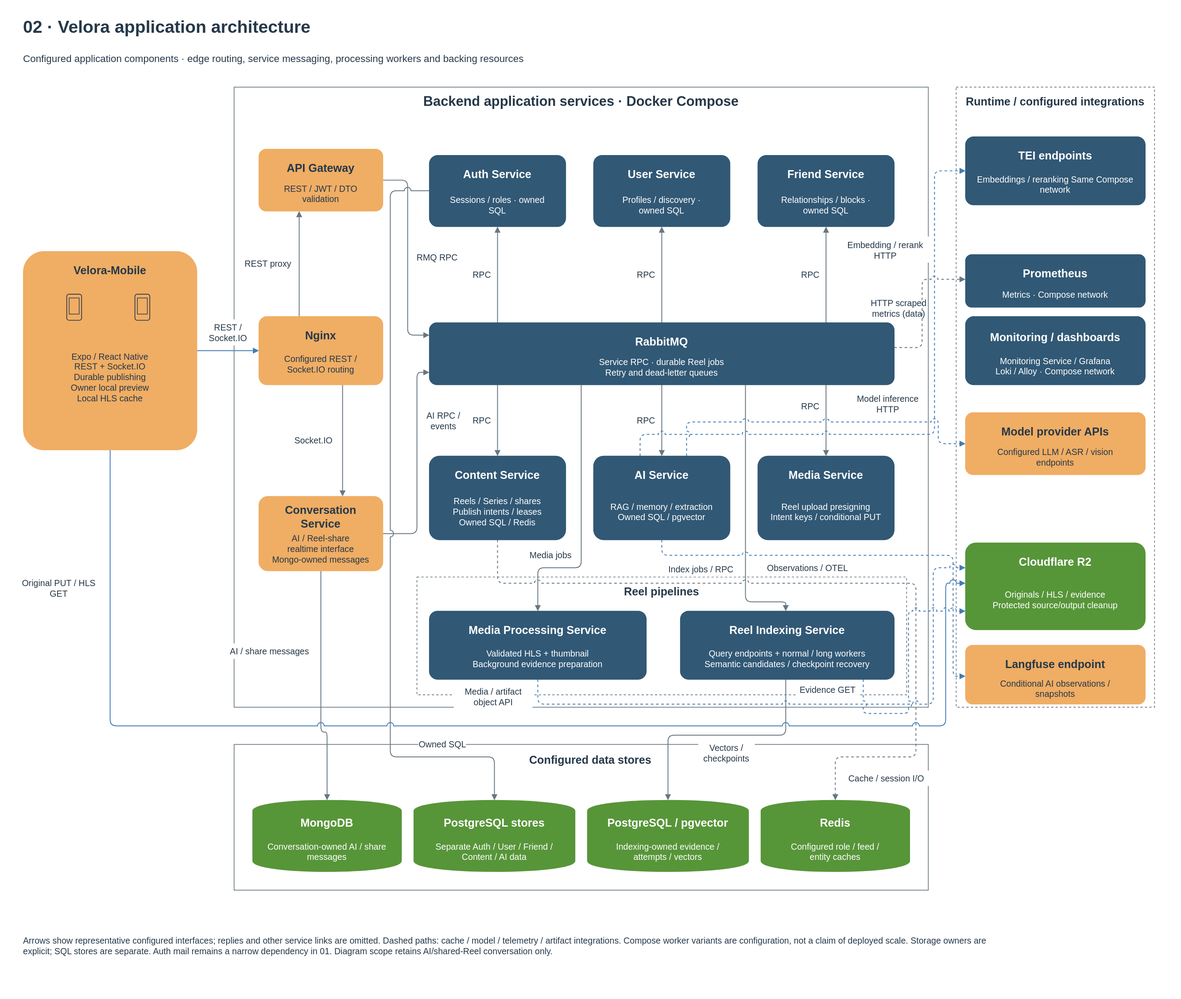
Above: docs/diagrams/velora-current/importable-svg/02-application-architecture.drawio.svg in HieuCuteDangYeu/velora-backend (draw.io), before the change. Source tidied: cells renumbered, new cells last; positions are measured from the earlier drawing's top-left corner, leaving out a move shared by most shapes.
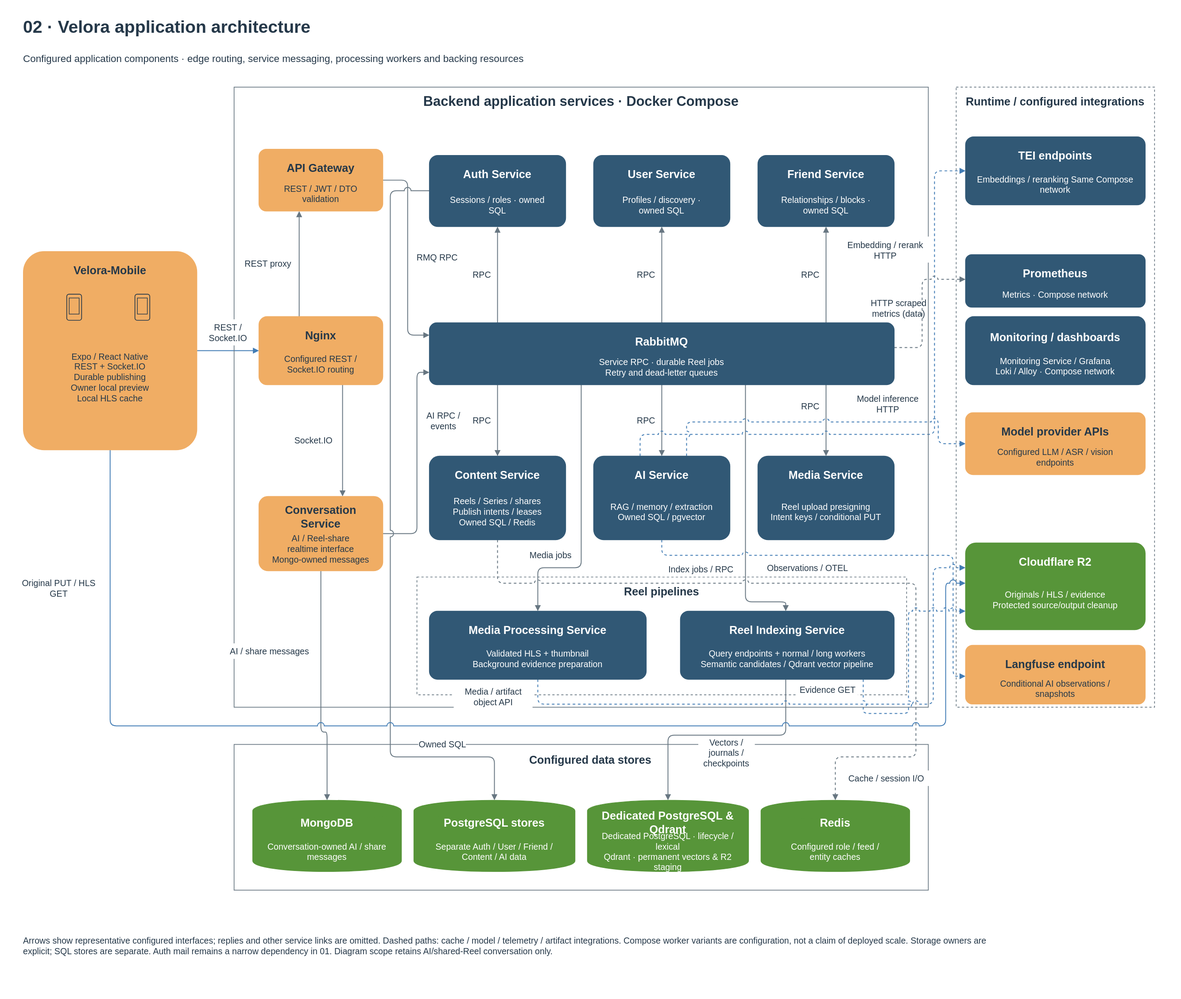
The same diagram one commit later.

Commit message:
docs(diagrams): update architecture and indexing diagrams for qdrant vector pipeline

The edit, as a diff of the source:
```diff
@@ -305,7 +305,7 @@
     <mxCell id="74" value="Reel Indexing Service" style="text;html=1;whiteSpace=wrap;fontFamily=Arial;fontSize=18;fontColor=#ffffff;fontStyle=1;align=center;verticalAlign=middle;spacing=0;strokeColor=none;fillColor=none;" parent="73" vertex="1">
       <mxGeometry x="14" y="12" width="317" height="38" as="geometry" />
     </mxCell>
-    <mxCell id="75" value="Query endpoints + normal / long workers&lt;br&gt;Semantic candidates / checkpoint recovery" style="text;html=1;whiteSpace=wrap;fontFamily=Arial;fontSize=14;fontColor=#ffffff;fontStyle=0;align=center;verticalAlign=middle;spacing=0;strokeColor=none;fillColor=none;" parent="73" vertex="1">
+    <mxCell id="75" value="Query endpoints + normal / long workers&lt;br&gt;Semantic candidates / Qdrant vector pipeline" style="text;html=1;whiteSpace=wrap;fontFamily=Arial;fontSize=14;fontColor=#ffffff;fontStyle=0;align=center;verticalAlign=middle;spacing=0;strokeColor=none;fillColor=none;" parent="73" vertex="1">
       <mxGeometry x="14" y="53" width="317" height="48" as="geometry" />
     </mxCell>
     <mxCell id="76" style="rounded=1;arcSize=12;fillColor=#315875;strokeColor=#315875;" parent="1" vertex="1">
@@ -383,10 +383,10 @@
     <mxCell id="100" style="shape=cylinder;size=0.15;boundedLbl=1;rounded=0;arcSize=12;fillColor=#579539;strokeColor=#579539;" parent="1" vertex="1">
       <mxGeometry x="927" y="1270" width="260" height="115" as="geometry" />
     </mxCell>
-    <mxCell id="101" value="PostgreSQL / pgvector" style="text;html=1;whiteSpace=wrap;fontFamily=Arial;fontSize=18;fontColor=#ffffff;fontStyle=1;align=center;verticalAlign=middle;spacing=0;strokeColor=none;fillColor=none;" parent="100" vertex="1">
+    <mxCell id="101" value="Dedicated PostgreSQL &amp; Qdrant" style="text;html=1;whiteSpace=wrap;fontFamily=Arial;fontSize=18;fontColor=#ffffff;fontStyle=1;align=center;verticalAlign=middle;spacing=0;strokeColor=none;fillColor=none;" parent="100" vertex="1">
       <mxGeometry x="14" y="18" width="232" height="38" as="geometry" />
     </mxCell>
-    <mxCell id="102" value="Indexing-owned evidence /&lt;br&gt;attempts / vectors" style="text;html=1;whiteSpace=wrap;fontFamily=Arial;fontSize=14;fontColor=#ffffff;fontStyle=0;align=center;verticalAlign=middle;spacing=0;strokeColor=none;fillColor=none;" parent="100" vertex="1">
+    <mxCell id="102" value="Dedicated PostgreSQL · lifecycle / lexical&lt;br&gt;Qdrant · permanent vectors &amp; R2 staging" style="text;html=1;whiteSpace=wrap;fontFamily=Arial;fontSize=14;fontColor=#ffffff;fontStyle=0;align=center;verticalAlign=middle;spacing=0;strokeColor=none;fillColor=none;" parent="100" vertex="1">
       <mxGeometry x="14" y="59" width="232" height="47" as="geometry" />
     </mxCell>
     <mxCell id="103" style="shape=cylinder;size=0.15;boundedLbl=1;rounded=0;arcSize=12;fillColor=#579539;strokeColor=#579539;" parent="1" vertex="1">
@@ -479,7 +479,7 @@
     <mxCell id="132" style="fillColor=#ffffff;strokeColor=none;" parent="1" vertex="1">
       <mxGeometry x="1106.4" y="1173" width="91.2" height="42" as="geometry" />
     </mxCell>
-    <mxCell id="133" value="Vectors /&lt;br&gt;checkpoints" style="text;html=1;whiteSpace=wrap;fontFamily=Arial;fontSize=14;fontColor=#253849;fontStyle=0;align=center;verticalAlign=middle;spacing=0;strokeColor=none;fillColor=none;" parent="1" vertex="1">
+    <mxCell id="133" value="Vectors / journals /&lt;br&gt;checkpoints" style="text;html=1;whiteSpace=wrap;fontFamily=Arial;fontSize=14;fontColor=#253849;fontStyle=0;align=center;verticalAlign=middle;spacing=0;strokeColor=none;fillColor=none;" parent="1" vertex="1">
       <mxGeometry x="1106.4" y="1173" width="91.2" height="42" as="geometry" />
     </mxCell>
     <mxCell id="134" style="fillColor=#ffffff;strokeColor=none;" parent="1" vertex="1">
```
